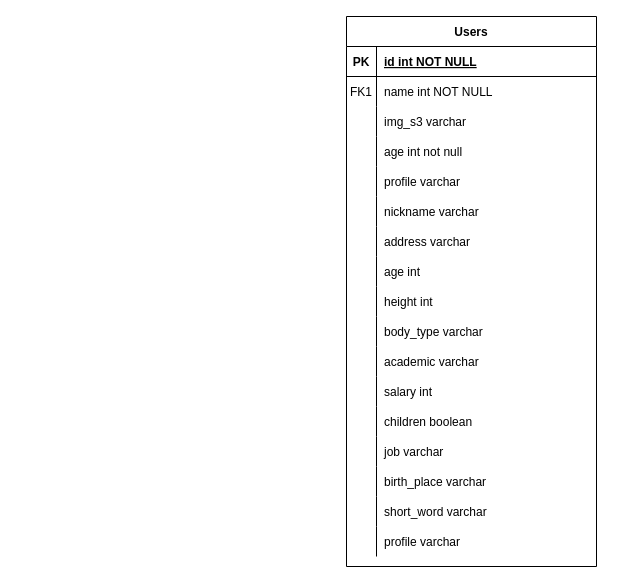
Above: Untitled Diagram.drawio in Kanezoh/TIL (draw.io), before the change. Source tidied: cells renumbered, new cells numbered last; positions are measured from the earlier drawing's top-left corner, leaving out a move shared by most shapes. Both pictures are drawn from the tidied source at 100%, with x=0, y=0 at pixel (346, 16).
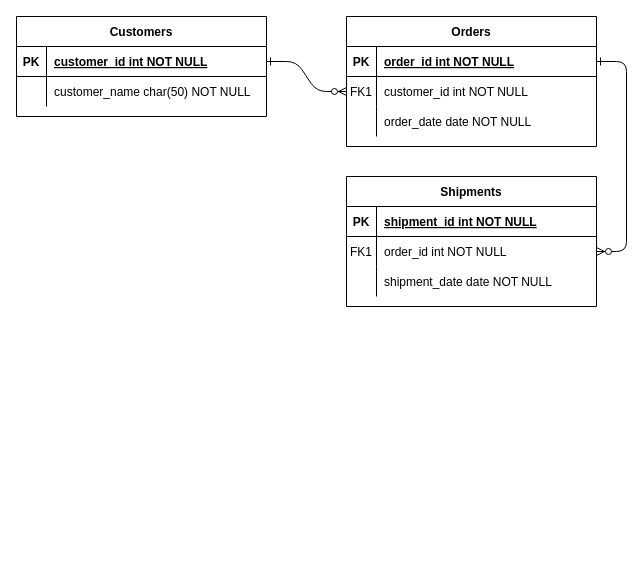
The same page after the edit.

The change refers to these unchanged cells:
```xml
<mxCell id="3" style="shape=partialRectangle;fillColor=none;points=[[0,0.5],[1,0.5]];portConstraint=eastwest;top=0;left=0;right=0;bottom=1;" parent="2" vertex="1">
  <mxGeometry y="30" width="250" height="30" as="geometry" />
</mxCell>
<mxCell id="6" style="shape=partialRectangle;fillColor=none;points=[[0,0.5],[1,0.5]];portConstraint=eastwest;top=0;left=0;right=0;bottom=0;" parent="2" vertex="1">
  <mxGeometry y="60" width="250" height="30" as="geometry" />
</mxCell>
<mxCell id="9" style="shape=partialRectangle;fillColor=none;top=0;left=0;right=0;bottom=0;" parent="2" vertex="1">
  <mxGeometry y="90" width="250" height="30" as="geometry" />
</mxCell>
```

The edit, as a diff of the source:
```diff
@@
+    <mxCell id="54" style="edgeStyle=entityRelationEdgeStyle;endArrow=ERzeroToMany;startArrow=ERone;endFill=1;startFill=0;" parent="1" edge="1" source="64" target="6">
+      <mxGeometry relative="1" as="geometry" />
+    </mxCell>
+    <mxCell id="55" style="edgeStyle=entityRelationEdgeStyle;endArrow=ERzeroToMany;startArrow=ERone;endFill=1;startFill=0;" parent="1" edge="1" source="3" target="60">
+      <mxGeometry relative="1" as="geometry" />
+    </mxCell>
-    <mxCell id="2" value="Users" style="shape=table;startSize=30;childLayout=tableLayout;rowLines=0;fontStyle=1;align=center;" parent="1" vertex="1">
-      <mxGeometry width="250" height="550" as="geometry" />
+    <mxCell id="2" value="Orders" style="shape=table;startSize=30;childLayout=tableLayout;rowLines=0;fontStyle=1;align=center;" parent="1" vertex="1">
+      <mxGeometry width="250" height="130" as="geometry" />
     </mxCell>
@@
-    <mxCell id="5" value="id int NOT NULL " style="shape=partialRectangle;overflow=hidden;fillColor=none;top=0;left=0;bottom=0;right=0;align=left;spacingLeft=6;fontStyle=5;" parent="3" vertex="1">
+    <mxCell id="5" value="order_id int NOT NULL " style="shape=partialRectangle;overflow=hidden;fillColor=none;top=0;left=0;bottom=0;right=0;align=left;spacingLeft=6;fontStyle=5;" parent="3" vertex="1">
       <mxGeometry x="30" width="220" height="30" as="geometry" />
     </mxCell>
@@
-    <mxCell id="8" value="name int NOT NULL" style="shape=partialRectangle;overflow=hidden;fillColor=none;top=0;left=0;bottom=0;right=0;align=left;spacingLeft=6;" parent="6" vertex="1">
+    <mxCell id="8" value="customer_id int NOT NULL" style="shape=partialRectangle;overflow=hidden;fillColor=none;top=0;left=0;bottom=0;right=0;align=left;spacingLeft=6;" parent="6" vertex="1">
       <mxGeometry x="30" width="220" height="30" as="geometry" />
     </mxCell>
@@
-    <mxCell id="11" value="img_s3 varchar" style="shape=partialRectangle;overflow=hidden;fillColor=none;top=0;left=0;bottom=0;right=0;align=left;spacingLeft=6;" parent="9" vertex="1">
+    <mxCell id="11" value="order_date date NOT NULL" style="shape=partialRectangle;overflow=hidden;fillColor=none;top=0;left=0;bottom=0;right=0;align=left;spacingLeft=6;" parent="9" vertex="1">
       <mxGeometry x="30" width="220" height="30" as="geometry" />
     </mxCell>
-    <mxCell id="12" style="shape=partialRectangle;fillColor=none;top=0;left=0;right=0;bottom=0;" parent="2" vertex="1">
-      <mxGeometry y="120" width="250" height="30" as="geometry" />
-    </mxCell>
-    <mxCell id="13" style="shape=partialRectangle;overflow=hidden;fillColor=none;top=0;left=0;bottom=0;right=0;" parent="12" vertex="1">
-      <mxGeometry width="30" height="30" as="geometry" />
-    </mxCell>
-    <mxCell id="14" value="age int not null" style="shape=partialRectangle;overflow=hidden;fillColor=none;top=0;left=0;bottom=0;right=0;align=left;spacingLeft=6;" parent="12" vertex="1">
-      <mxGeometry x="30" width="220" height="30" as="geometry" />
-    </mxCell>
-    <mxCell id="15" style="shape=partialRectangle;fillColor=none;top=0;left=0;right=0;bottom=0;" parent="2" vertex="1">
-      <mxGeometry y="150" width="250" height="30" as="geometry" />
-    </mxCell>
-    <mxCell id="16" style="shape=partialRectangle;overflow=hidden;fillColor=none;top=0;left=0;bottom=0;right=0;" parent="15" vertex="1">
-      <mxGeometry width="30" height="30" as="geometry" />
-    </mxCell>
-    <mxCell id="17" value="profile varchar" style="shape=partialRectangle;overflow=hidden;fillColor=none;top=0;left=0;bottom=0;right=0;align=left;spacingLeft=6;" parent="15" vertex="1">
-      <mxGeometry x="30" width="220" height="30" as="geometry" />
-    </mxCell>
+    <mxCell id="56" value="Shipments" style="shape=table;startSize=30;childLayout=tableLayout;rowLines=0;fontStyle=1;align=center;" parent="1" vertex="1">
+      <mxGeometry y="160" width="250" height="130" as="geometry" />
+    </mxCell>
+    <mxCell id="57" style="shape=partialRectangle;fillColor=none;top=0;left=0;right=0;bottom=1;" parent="56" vertex="1">
+      <mxGeometry y="30" width="250" height="30" as="geometry" />
+    </mxCell>
+    <mxCell id="58" value="PK" style="shape=partialRectangle;overflow=hidden;fillColor=none;top=0;left=0;bottom=0;right=0;fontStyle=1;" parent="57" vertex="1">
+      <mxGeometry width="30" height="30" as="geometry" />
+    </mxCell>
+    <mxCell id="59" value="shipment_id int NOT NULL " style="shape=partialRectangle;overflow=hidden;fillColor=none;top=0;left=0;bottom=0;right=0;align=left;spacingLeft=6;fontStyle=5;" parent="57" vertex="1">
+      <mxGeometry x="30" width="220" height="30" as="geometry" />
+    </mxCell>
+    <mxCell id="60" style="shape=partialRectangle;fillColor=none;points=[[0,0.5],[1,0.5]];portConstraint=eastwest;top=0;left=0;right=0;bottom=0;" parent="56" vertex="1">
+      <mxGeometry y="60" width="250" height="30" as="geometry" />
+    </mxCell>
+    <mxCell id="61" value="FK1" style="shape=partialRectangle;overflow=hidden;fillColor=none;top=0;left=0;bottom=0;right=0;" parent="60" vertex="1">
+      <mxGeometry width="30" height="30" as="geometry" />
+    </mxCell>
+    <mxCell id="62" value="order_id int NOT NULL" style="shape=partialRectangle;overflow=hidden;fillColor=none;top=0;left=0;bottom=0;right=0;align=left;spacingLeft=6;" parent="60" vertex="1">
+      <mxGeometry x="30" width="220" height="30" as="geometry" />
+    </mxCell>
-    <mxCell id="18" style="shape=partialRectangle;fillColor=none;top=0;left=0;right=0;bottom=0;" parent="2" vertex="1">
-      <mxGeometry y="180" width="250" height="30" as="geometry" />
+    <mxCell id="18" style="shape=partialRectangle;fillColor=none;top=0;left=0;right=0;bottom=0;" parent="56" vertex="1">
+      <mxGeometry y="90" width="250" height="30" as="geometry" />
     </mxCell>
@@
-    <mxCell id="20" value="nickname varchar " style="shape=partialRectangle;overflow=hidden;fillColor=none;top=0;left=0;bottom=0;right=0;align=left;spacingLeft=6;" parent="18" vertex="1">
+    <mxCell id="20" value="shipment_date date NOT NULL" style="shape=partialRectangle;overflow=hidden;fillColor=none;top=0;left=0;bottom=0;right=0;align=left;spacingLeft=6;" parent="18" vertex="1">
       <mxGeometry x="30" width="220" height="30" as="geometry" />
     </mxCell>
-    <mxCell id="21" style="shape=partialRectangle;fillColor=none;top=0;left=0;right=0;bottom=0;" parent="2" vertex="1">
-      <mxGeometry y="210" width="250" height="30" as="geometry" />
-    </mxCell>
-    <mxCell id="22" style="shape=partialRectangle;overflow=hidden;fillColor=none;top=0;left=0;bottom=0;right=0;" parent="21" vertex="1">
-      <mxGeometry width="30" height="30" as="geometry" />
-    </mxCell>
-    <mxCell id="23" value="address varchar" style="shape=partialRectangle;overflow=hidden;fillColor=none;top=0;left=0;bottom=0;right=0;align=left;spacingLeft=6;" parent="21" vertex="1">
-      <mxGeometry x="30" width="220" height="30" as="geometry" />
-    </mxCell>
-    <mxCell id="24" style="shape=partialRectangle;fillColor=none;top=0;left=0;right=0;bottom=0;" parent="2" vertex="1">
-      <mxGeometry y="240" width="250" height="30" as="geometry" />
-    </mxCell>
-    <mxCell id="25" style="shape=partialRectangle;overflow=hidden;fillColor=none;top=0;left=0;bottom=0;right=0;" parent="24" vertex="1">
-      <mxGeometry width="30" height="30" as="geometry" />
-    </mxCell>
-    <mxCell id="26" value="age int" style="shape=partialRectangle;overflow=hidden;fillColor=none;top=0;left=0;bottom=0;right=0;align=left;spacingLeft=6;" parent="24" vertex="1">
-      <mxGeometry x="30" width="220" height="30" as="geometry" />
-    </mxCell>
-    <mxCell id="27" style="shape=partialRectangle;fillColor=none;top=0;left=0;right=0;bottom=0;" parent="2" vertex="1">
-      <mxGeometry y="270" width="250" height="30" as="geometry" />
-    </mxCell>
-    <mxCell id="28" style="shape=partialRectangle;overflow=hidden;fillColor=none;top=0;left=0;bottom=0;right=0;" parent="27" vertex="1">
-      <mxGeometry width="30" height="30" as="geometry" />
-    </mxCell>
-    <mxCell id="29" value="height int" style="shape=partialRectangle;overflow=hidden;fillColor=none;top=0;left=0;bottom=0;right=0;align=left;spacingLeft=6;" parent="27" vertex="1">
-      <mxGeometry x="30" width="220" height="30" as="geometry" />
-    </mxCell>
-    <mxCell id="30" style="shape=partialRectangle;fillColor=none;top=0;left=0;right=0;bottom=0;" parent="2" vertex="1">
-      <mxGeometry y="300" width="250" height="30" as="geometry" />
-    </mxCell>
-    <mxCell id="31" style="shape=partialRectangle;overflow=hidden;fillColor=none;top=0;left=0;bottom=0;right=0;" parent="30" vertex="1">
-      <mxGeometry width="30" height="30" as="geometry" />
-    </mxCell>
-    <mxCell id="32" value="body_type varchar" style="shape=partialRectangle;overflow=hidden;fillColor=none;top=0;left=0;bottom=0;right=0;align=left;spacingLeft=6;" parent="30" vertex="1">
-      <mxGeometry x="30" width="220" height="30" as="geometry" />
-    </mxCell>
-    <mxCell id="33" style="shape=partialRectangle;fillColor=none;top=0;left=0;right=0;bottom=0;" parent="2" vertex="1">
-      <mxGeometry y="330" width="250" height="30" as="geometry" />
-    </mxCell>
-    <mxCell id="34" style="shape=partialRectangle;overflow=hidden;fillColor=none;top=0;left=0;bottom=0;right=0;" parent="33" vertex="1">
-      <mxGeometry width="30" height="30" as="geometry" />
-    </mxCell>
-    <mxCell id="35" value="academic varchar" style="shape=partialRectangle;overflow=hidden;fillColor=none;top=0;left=0;bottom=0;right=0;align=left;spacingLeft=6;" parent="33" vertex="1">
-      <mxGeometry x="30" width="220" height="30" as="geometry" />
-    </mxCell>
-    <mxCell id="36" style="shape=partialRectangle;fillColor=none;top=0;left=0;right=0;bottom=0;" parent="2" vertex="1">
-      <mxGeometry y="360" width="250" height="30" as="geometry" />
-    </mxCell>
-    <mxCell id="37" style="shape=partialRectangle;overflow=hidden;fillColor=none;top=0;left=0;bottom=0;right=0;" parent="36" vertex="1">
-      <mxGeometry width="30" height="30" as="geometry" />
-    </mxCell>
-    <mxCell id="38" value="salary int" style="shape=partialRectangle;overflow=hidden;fillColor=none;top=0;left=0;bottom=0;right=0;align=left;spacingLeft=6;" parent="36" vertex="1">
-      <mxGeometry x="30" width="220" height="30" as="geometry" />
-    </mxCell>
-    <mxCell id="39" style="shape=partialRectangle;fillColor=none;top=0;left=0;right=0;bottom=0;" parent="2" vertex="1">
-      <mxGeometry y="390" width="250" height="30" as="geometry" />
-    </mxCell>
-    <mxCell id="40" style="shape=partialRectangle;overflow=hidden;fillColor=none;top=0;left=0;bottom=0;right=0;" parent="39" vertex="1">
-      <mxGeometry width="30" height="30" as="geometry" />
-    </mxCell>
-    <mxCell id="41" value="children boolean" style="shape=partialRectangle;overflow=hidden;fillColor=none;top=0;left=0;bottom=0;right=0;align=left;spacingLeft=6;" parent="39" vertex="1">
-      <mxGeometry x="30" width="220" height="30" as="geometry" />
-    </mxCell>
-    <mxCell id="42" style="shape=partialRectangle;fillColor=none;top=0;left=0;right=0;bottom=0;" parent="2" vertex="1">
-      <mxGeometry y="420" width="250" height="30" as="geometry" />
-    </mxCell>
-    <mxCell id="43" style="shape=partialRectangle;overflow=hidden;fillColor=none;top=0;left=0;bottom=0;right=0;" parent="42" vertex="1">
-      <mxGeometry width="30" height="30" as="geometry" />
-    </mxCell>
-    <mxCell id="44" value="job varchar" style="shape=partialRectangle;overflow=hidden;fillColor=none;top=0;left=0;bottom=0;right=0;align=left;spacingLeft=6;" parent="42" vertex="1">
-      <mxGeometry x="30" width="220" height="30" as="geometry" />
-    </mxCell>
-    <mxCell id="45" style="shape=partialRectangle;fillColor=none;top=0;left=0;right=0;bottom=0;" parent="2" vertex="1">
-      <mxGeometry y="450" width="250" height="30" as="geometry" />
-    </mxCell>
-    <mxCell id="46" style="shape=partialRectangle;overflow=hidden;fillColor=none;top=0;left=0;bottom=0;right=0;" parent="45" vertex="1">
-      <mxGeometry width="30" height="30" as="geometry" />
-    </mxCell>
-    <mxCell id="47" value="birth_place varchar" style="shape=partialRectangle;overflow=hidden;fillColor=none;top=0;left=0;bottom=0;right=0;align=left;spacingLeft=6;" parent="45" vertex="1">
-      <mxGeometry x="30" width="220" height="30" as="geometry" />
-    </mxCell>
-    <mxCell id="48" style="shape=partialRectangle;fillColor=none;top=0;left=0;right=0;bottom=0;" parent="2" vertex="1">
-      <mxGeometry y="480" width="250" height="30" as="geometry" />
-    </mxCell>
-    <mxCell id="49" style="shape=partialRectangle;overflow=hidden;fillColor=none;top=0;left=0;bottom=0;right=0;" parent="48" vertex="1">
-      <mxGeometry width="30" height="30" as="geometry" />
-    </mxCell>
-    <mxCell id="50" value="short_word varchar" style="shape=partialRectangle;overflow=hidden;fillColor=none;top=0;left=0;bottom=0;right=0;align=left;spacingLeft=6;" parent="48" vertex="1">
-      <mxGeometry x="30" width="220" height="30" as="geometry" />
-    </mxCell>
-    <mxCell id="51" style="shape=partialRectangle;fillColor=none;top=0;left=0;right=0;bottom=0;" parent="2" vertex="1">
-      <mxGeometry y="510" width="250" height="30" as="geometry" />
-    </mxCell>
-    <mxCell id="52" style="shape=partialRectangle;overflow=hidden;fillColor=none;top=0;left=0;bottom=0;right=0;" parent="51" vertex="1">
-      <mxGeometry width="30" height="30" as="geometry" />
-    </mxCell>
-    <mxCell id="53" value="profile varchar" style="shape=partialRectangle;overflow=hidden;fillColor=none;top=0;left=0;bottom=0;right=0;align=left;spacingLeft=6;" parent="51" vertex="1">
-      <mxGeometry x="30" width="220" height="30" as="geometry" />
-    </mxCell>
+    <mxCell id="63" value="Customers" style="shape=table;startSize=30;childLayout=tableLayout;rowLines=0;fontStyle=1;align=center;" parent="1" vertex="1">
+      <mxGeometry x="-330" width="250" height="100" as="geometry" />
+    </mxCell>
+    <mxCell id="64" style="shape=partialRectangle;fillColor=none;points=[[0,0.5],[1,0.5]];portConstraint=eastwest;top=0;left=0;right=0;bottom=1;" parent="63" vertex="1">
+      <mxGeometry y="30" width="250" height="30" as="geometry" />
+    </mxCell>
+    <mxCell id="65" value="PK" style="shape=partialRectangle;overflow=hidden;fillColor=none;top=0;left=0;bottom=0;right=0;fontStyle=1;" parent="64" vertex="1">
+      <mxGeometry width="30" height="30" as="geometry" />
+    </mxCell>
+    <mxCell id="66" value="customer_id int NOT NULL " style="shape=partialRectangle;overflow=hidden;fillColor=none;top=0;left=0;bottom=0;right=0;align=left;spacingLeft=6;fontStyle=5;" parent="64" vertex="1">
+      <mxGeometry x="30" width="220" height="30" as="geometry" />
+    </mxCell>
+    <mxCell id="67" style="shape=partialRectangle;fillColor=none;top=0;left=0;right=0;bottom=0;" parent="63" vertex="1">
+      <mxGeometry y="60" width="250" height="30" as="geometry" />
+    </mxCell>
+    <mxCell id="68" style="shape=partialRectangle;overflow=hidden;fillColor=none;top=0;left=0;bottom=0;right=0;" parent="67" vertex="1">
+      <mxGeometry width="30" height="30" as="geometry" />
+    </mxCell>
+    <mxCell id="69" value="customer_name char(50) NOT NULL" style="shape=partialRectangle;overflow=hidden;fillColor=none;top=0;left=0;bottom=0;right=0;align=left;spacingLeft=6;" parent="67" vertex="1">
+      <mxGeometry x="30" width="220" height="30" as="geometry" />
+    </mxCell>
```
